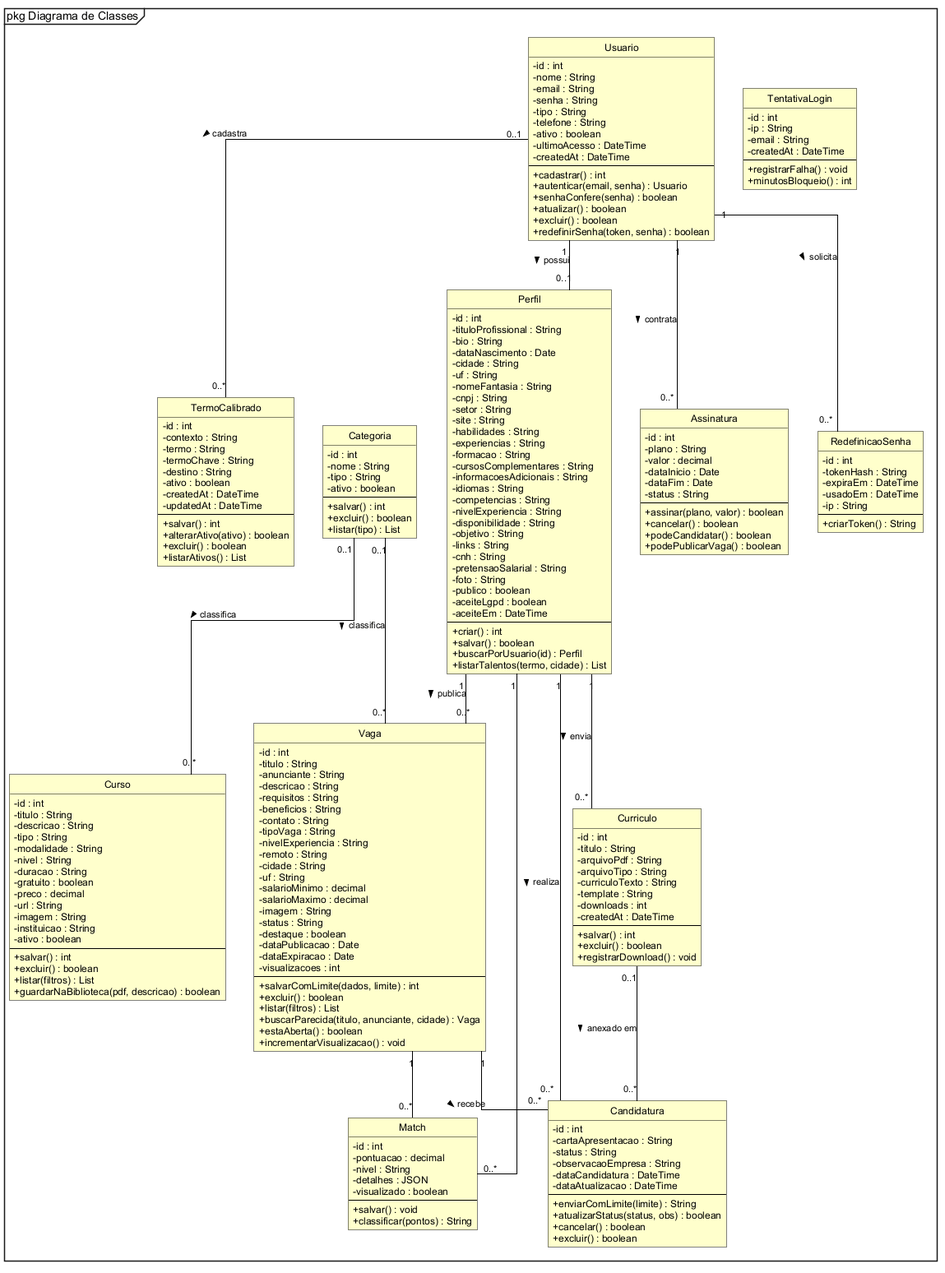
This is docs/tcc/diagramas/classes.png from leonardoabreu2026/tcc-final, a PlantUML export, as it was before one commit.
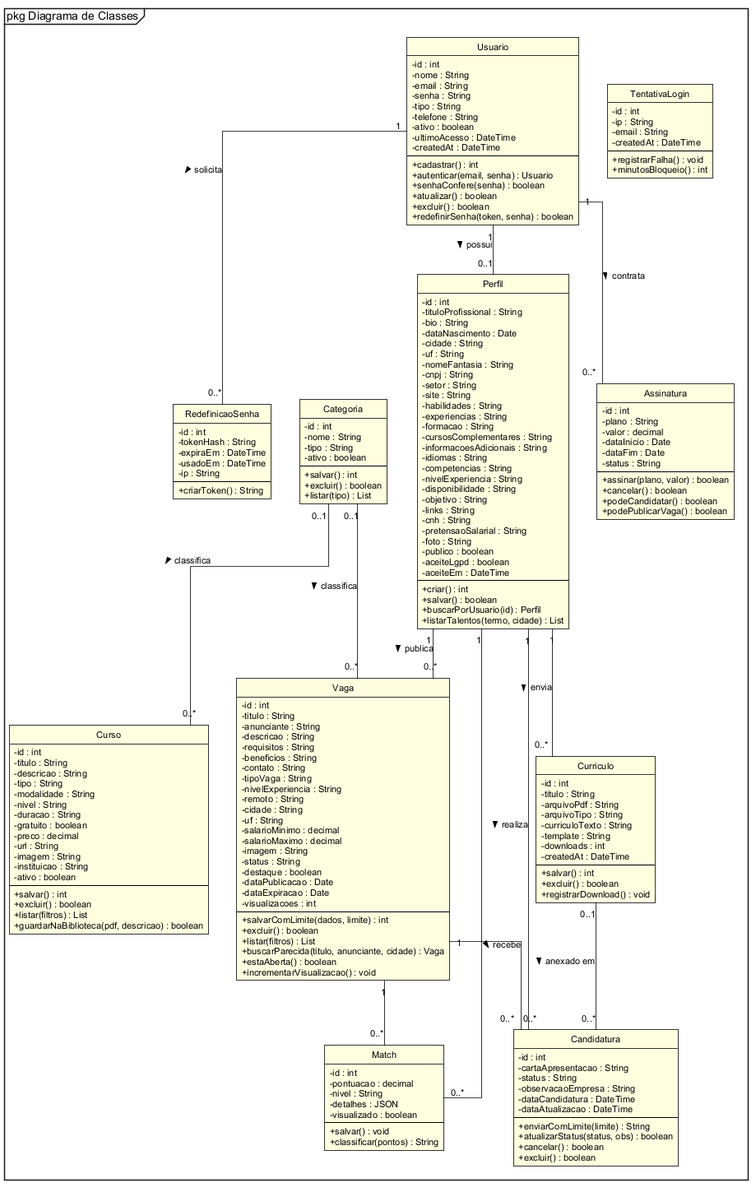
The same diagram one commit later.

What changed in the source:
```diff
@@ -182,25 +182,9 @@
   +registrarFalha() : void
   +minutosBloqueio() : int
 }
-class TermoCalibrado {
-  -id : int
-  -contexto : String
-  -termo : String
-  -termoChave : String
-  -destino : String
-  -ativo : boolean
-  -createdAt : DateTime
-  -updatedAt : DateTime
-  --
-  +salvar() : int
-  +alterarAtivo(ativo) : boolean
-  +excluir() : boolean
-  +listarAtivos() : List
-}
 Usuario "1" -- "0..1" Perfil : possui >
 Usuario "1" -- "0..*" Assinatura : contrata >
 Usuario "1" -- "0..*" RedefinicaoSenha : solicita >
-Usuario "0..1" -- "0..*" TermoCalibrado : cadastra >
 Perfil "1" -- "0..*" Curriculo : envia >
 Perfil "1" -- "0..*" Vaga : publica >
 Perfil "1" -- "0..*" Candidatura : realiza >
```
